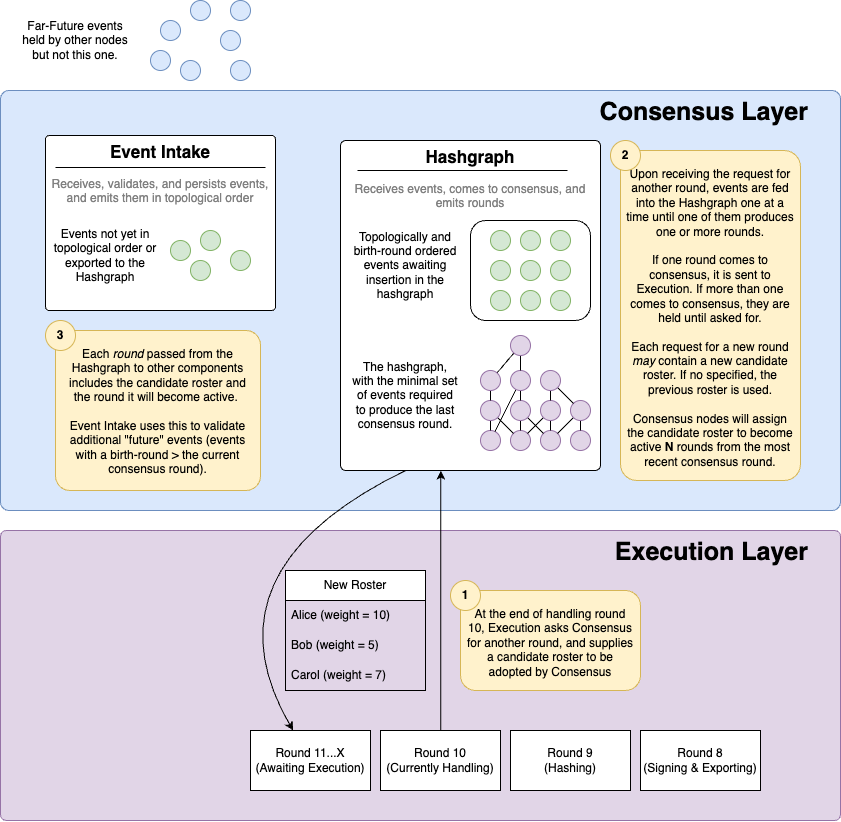
Above: platform-sdk/docs/proposals/consensus-layer/roster-changes.png in hashgraph/hedera-services (draw.io), before the change. Source tidied: cells renumbered, new cells last; positions are measured from the earlier drawing's top-left corner, leaving out a move shared by most shapes.
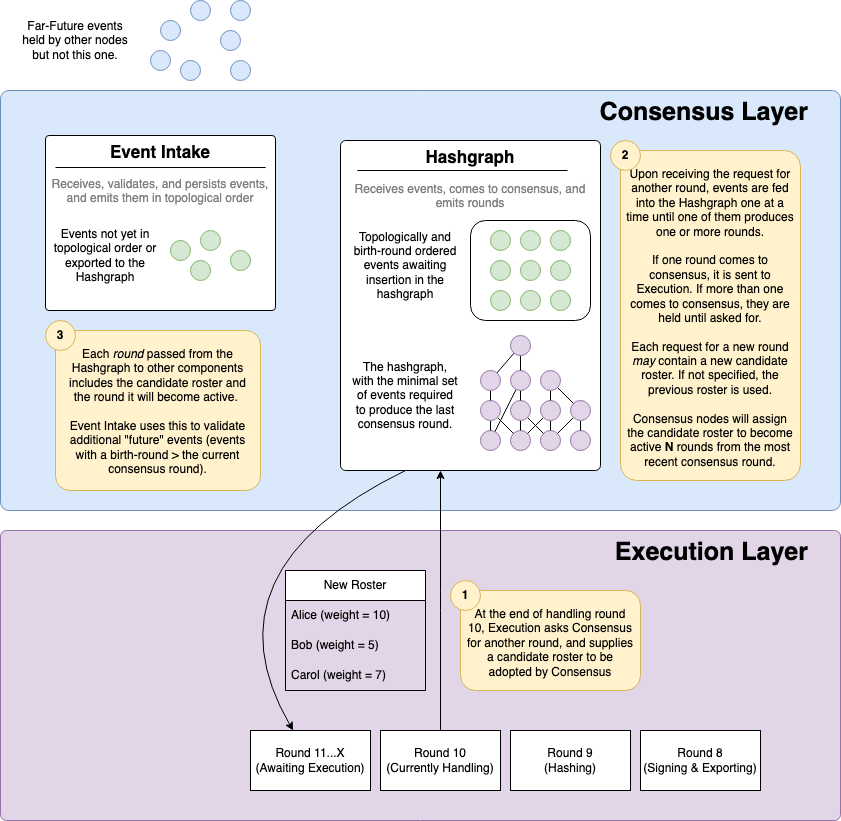
Later version of the same file.

Change to the diagram source:
```diff
@@ -81,7 +81,7 @@
     <mxCell id="25" value="&lt;b&gt;1&lt;/b&gt;" style="ellipse;whiteSpace=wrap;html=1;fillColor=#fff2cc;strokeColor=#d6b656;" parent="1" vertex="1">
       <mxGeometry x="450" y="580" width="30" height="30" as="geometry" />
     </mxCell>
-    <mxCell id="26" value="Upon receiving the request for another round, events are fed into the Hashgraph one at a time until one of them produces one or more rounds.&lt;div&gt;&lt;br&gt;&lt;/div&gt;&lt;div&gt;If one round comes to consensus, it is sent to Execution. If more than one comes to consensus, they are held until asked for.&lt;/div&gt;&lt;div&gt;&lt;br&gt;&lt;/div&gt;&lt;div&gt;Each request for a new round &lt;i&gt;may &lt;/i&gt;contain a new candidate roster. If no specified, the previous roster is used.&lt;/div&gt;&lt;div&gt;&lt;br&gt;&lt;/div&gt;&lt;div&gt;Consensus nodes will assign the candidate roster to become active &lt;b&gt;N&lt;/b&gt;&amp;nbsp;rounds from the most recent consensus round.&lt;/div&gt;" style="rounded=1;whiteSpace=wrap;html=1;spacingTop=10;spacingLeft=4;spacingBottom=4;spacingRight=4;arcSize=9;verticalAlign=top;align=center;fillColor=#fff2cc;strokeColor=#d6b656;" parent="1" vertex="1">
+    <mxCell id="26" value="Upon receiving the request for another round, events are fed into the Hashgraph one at a time until one of them produces one or more rounds.&lt;div&gt;&lt;br&gt;&lt;/div&gt;&lt;div&gt;If one round comes to consensus, it is sent to Execution. If more than one comes to consensus, they are held until asked for.&lt;/div&gt;&lt;div&gt;&lt;br&gt;&lt;/div&gt;&lt;div&gt;Each request for a new round &lt;i&gt;may &lt;/i&gt;contain a new candidate roster. If not specified, the previous roster is used.&lt;/div&gt;&lt;div&gt;&lt;br&gt;&lt;/div&gt;&lt;div&gt;Consensus nodes will assign the candidate roster to become active &lt;b&gt;N&lt;/b&gt;&amp;nbsp;rounds from the most recent consensus round.&lt;/div&gt;" style="rounded=1;whiteSpace=wrap;html=1;spacingTop=10;spacingLeft=4;spacingBottom=4;spacingRight=4;arcSize=9;verticalAlign=top;align=center;fillColor=#fff2cc;strokeColor=#d6b656;" parent="1" vertex="1">
       <mxGeometry x="620" y="150" width="180" height="330" as="geometry" />
     </mxCell>
     <mxCell id="27" value="&lt;b&gt;2&lt;/b&gt;" style="ellipse;whiteSpace=wrap;html=1;fillColor=#fff2cc;strokeColor=#d6b656;" parent="1" vertex="1">
```
